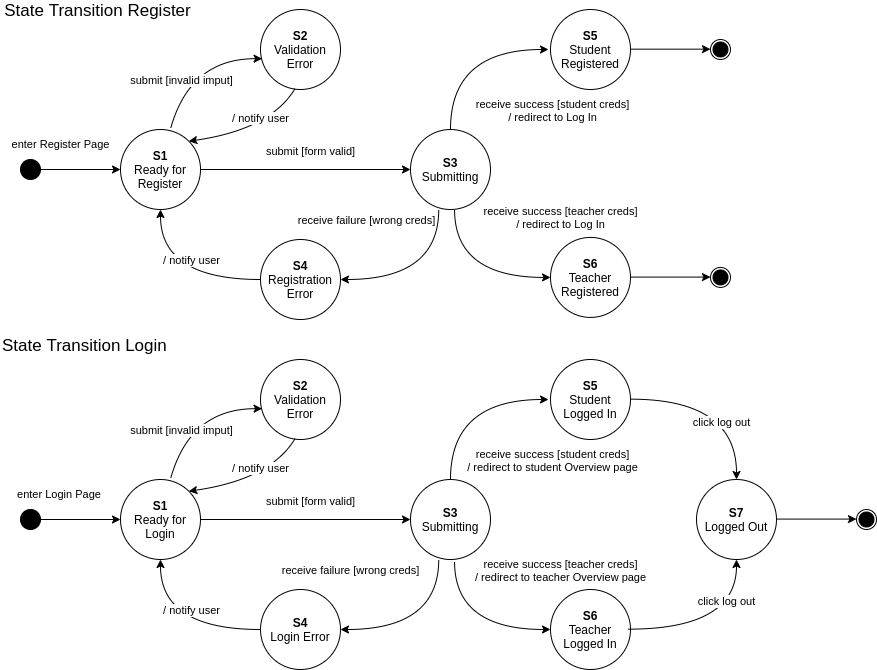
Earlier version of the draw.io export docs/auth-states.drawio.png (stefanosAgelastos/multi-db-web-server). Source tidied: cells renumbered, new cells last; positions are measured from the earlier drawing's top-left corner, leaving out a move shared by most shapes.
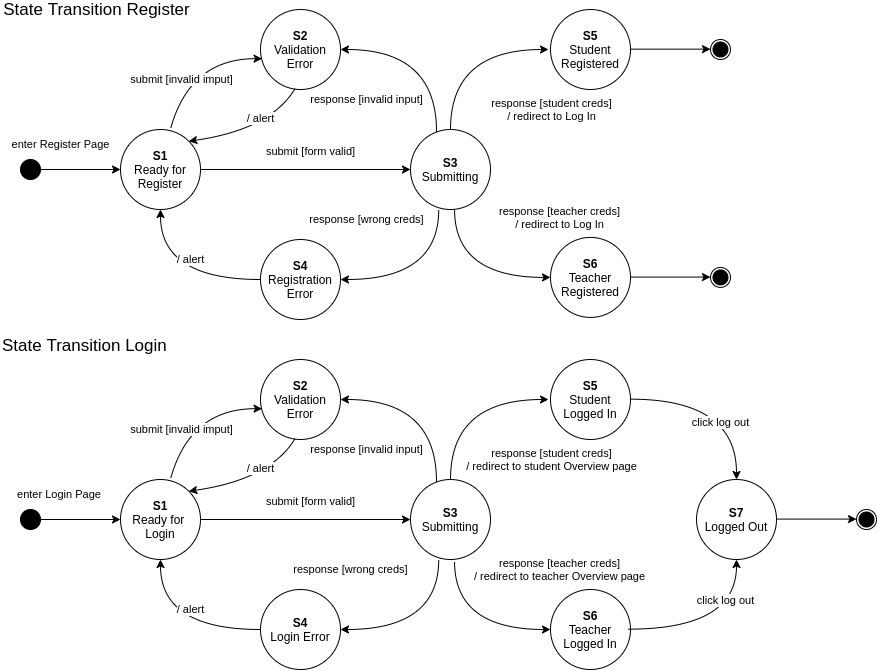
The same diagram one commit later.

Diff of the diagram source:
```diff
@@ -20,18 +20,30 @@
     <mxCell id="7" style="edgeStyle=orthogonalEdgeStyle;rounded=0;jettySize=auto;html=1;fontSize=11;entryX=1;entryY=0.5;entryDx=0;entryDy=0;curved=1;exitX=0.353;exitY=1;exitDx=0;exitDy=0;exitPerimeter=0;" parent="1" edge="1" source="9" target="12">
       <mxGeometry relative="1" as="geometry" />
     </mxCell>
-    <mxCell id="8" value="receive failure [wrong creds]" style="edgeLabel;html=1;align=center;verticalAlign=middle;fontSize=11;" parent="7" vertex="1">
+    <mxCell id="8" value="response [wrong creds]" style="edgeLabel;html=1;align=center;verticalAlign=middle;fontSize=11;" parent="7" vertex="1">
       <mxGeometry x="0.29" y="2" relative="1" as="geometry">
         <mxPoint x="-34" y="-62" as="offset" />
       </mxGeometry>
     </mxCell>
+    <mxCell id="60" style="edgeStyle=orthogonalEdgeStyle;curved=1;rounded=0;jettySize=auto;html=1;entryX=1;entryY=0.5;entryDx=0;entryDy=0;" parent="1" edge="1" source="9" target="13">
+      <mxGeometry relative="1" as="geometry">
+        <Array as="points">
+          <mxPoint x="436" y="40" />
+        </Array>
+      </mxGeometry>
+    </mxCell>
+    <mxCell id="61" value="response [invalid input]" style="edgeLabel;html=1;align=center;verticalAlign=middle;" parent="60" vertex="1">
+      <mxGeometry x="0.23" y="14" relative="1" as="geometry">
+        <mxPoint x="-43" y="36" as="offset" />
+      </mxGeometry>
+    </mxCell>
     <mxCell id="9" value="&lt;b&gt;S3&lt;/b&gt;&lt;br&gt;Submitting" style="ellipse;whiteSpace=wrap;html=1;" parent="1" vertex="1">
       <mxGeometry x="410" y="120" width="80" height="80" as="geometry" />
     </mxCell>
     <mxCell id="10" style="edgeStyle=orthogonalEdgeStyle;rounded=0;jettySize=auto;html=1;entryX=0.5;entryY=1;entryDx=0;entryDy=0;fontSize=11;curved=1;" parent="1" edge="1" source="12" target="4">
       <mxGeometry relative="1" as="geometry" />
     </mxCell>
-    <mxCell id="11" value="/ notify user" style="edgeLabel;html=1;align=center;verticalAlign=middle;fontSize=11;" parent="10" vertex="1">
+    <mxCell id="11" value="/ alert" style="edgeLabel;html=1;align=center;verticalAlign=middle;fontSize=11;" parent="10" vertex="1">
       <mxGeometry x="-0.19" y="-12" relative="1" as="geometry">
         <mxPoint x="-1" y="-8" as="offset" />
       </mxGeometry>
@@ -49,7 +61,7 @@
         </Array>
       </mxGeometry>
     </mxCell>
-    <mxCell id="15" value="/ notify user" style="edgeLabel;html=1;align=center;verticalAlign=middle;fontSize=11;" parent="14" vertex="1">
+    <mxCell id="15" value="/ alert" style="edgeLabel;html=1;align=center;verticalAlign=middle;fontSize=11;" parent="14" vertex="1">
       <mxGeometry x="-0.37" y="-11" relative="1" as="geometry">
         <mxPoint x="-4" as="offset" />
       </mxGeometry>
@@ -69,7 +81,7 @@
     <mxCell id="18" value="&lt;font style=&quot;font-size: 11px&quot;&gt;submit [form valid]&lt;/font&gt;" style="edgeStyle=orthogonalEdgeStyle;rounded=0;jettySize=auto;html=1;fontSize=17;" parent="1" edge="1" source="19" target="28">
       <mxGeometry x="0.05" y="20" relative="1" as="geometry" />
     </mxCell>
-    <mxCell id="19" value="&lt;b&gt;S1&lt;/b&gt;&lt;br&gt;Ready for Login" style="ellipse;whiteSpace=wrap;html=1;" parent="1" vertex="1">
+    <mxCell id="19" value="&lt;b&gt;S1&lt;/b&gt;&lt;br&gt;Ready for &lt;br&gt;Login" style="ellipse;whiteSpace=wrap;html=1;" parent="1" vertex="1">
       <mxGeometry x="120" y="470" width="80" height="80" as="geometry" />
     </mxCell>
     <mxCell id="20" value="enter Login Page&amp;nbsp;" style="edgeStyle=orthogonalEdgeStyle;rounded=0;jettySize=auto;html=1;" parent="1" edge="1" source="21" target="19">
@@ -87,7 +99,7 @@
         </Array>
       </mxGeometry>
     </mxCell>
-    <mxCell id="23" value="receive success [student creds]&lt;br&gt;/ redirect to student Overview page" style="edgeLabel;html=1;align=center;verticalAlign=middle;fontSize=11;" parent="22" vertex="1">
+    <mxCell id="23" value="response [student creds]&lt;br&gt;/ redirect to student Overview page" style="edgeLabel;html=1;align=center;verticalAlign=middle;fontSize=11;" parent="22" vertex="1">
       <mxGeometry x="0.21" y="-17" relative="1" as="geometry">
         <mxPoint x="73" y="43" as="offset" />
       </mxGeometry>
@@ -95,7 +107,7 @@
     <mxCell id="24" style="edgeStyle=orthogonalEdgeStyle;rounded=0;jettySize=auto;html=1;fontSize=11;entryX=1;entryY=0.5;entryDx=0;entryDy=0;curved=1;exitX=0.353;exitY=1;exitDx=0;exitDy=0;exitPerimeter=0;" parent="1" edge="1" source="28" target="31">
       <mxGeometry relative="1" as="geometry" />
     </mxCell>
-    <mxCell id="25" value="receive failure [wrong creds]" style="edgeLabel;html=1;align=center;verticalAlign=middle;fontSize=11;" parent="24" vertex="1">
+    <mxCell id="25" value="response [wrong creds]" style="edgeLabel;html=1;align=center;verticalAlign=middle;fontSize=11;" parent="24" vertex="1">
       <mxGeometry x="0.29" y="2" relative="1" as="geometry">
         <mxPoint x="-50" y="-62" as="offset" />
       </mxGeometry>
@@ -108,7 +120,7 @@
         </Array>
       </mxGeometry>
     </mxCell>
-    <mxCell id="27" value="receive success [teacher creds]&lt;br&gt;/ redirect to teacher Overview page" style="edgeLabel;html=1;align=center;verticalAlign=middle;fontSize=11;" parent="26" vertex="1">
+    <mxCell id="27" value="response [teacher creds]&lt;br&gt;/ redirect to teacher Overview page" style="edgeLabel;html=1;align=center;verticalAlign=middle;fontSize=11;" parent="26" vertex="1">
       <mxGeometry x="0.17" y="14" relative="1" as="geometry">
         <mxPoint x="77" y="-46" as="offset" />
       </mxGeometry>
@@ -119,7 +131,7 @@
     <mxCell id="29" style="edgeStyle=orthogonalEdgeStyle;rounded=0;jettySize=auto;html=1;entryX=0.5;entryY=1;entryDx=0;entryDy=0;fontSize=11;curved=1;" parent="1" edge="1" source="31" target="19">
       <mxGeometry relative="1" as="geometry" />
     </mxCell>
-    <mxCell id="30" value="/ notify user" style="edgeLabel;html=1;align=center;verticalAlign=middle;fontSize=11;" parent="29" vertex="1">
+    <mxCell id="30" value="/ alert" style="edgeLabel;html=1;align=center;verticalAlign=middle;fontSize=11;" parent="29" vertex="1">
       <mxGeometry x="-0.19" y="-12" relative="1" as="geometry">
         <mxPoint x="-1" y="-8" as="offset" />
       </mxGeometry>
@@ -137,7 +149,7 @@
         </Array>
       </mxGeometry>
     </mxCell>
-    <mxCell id="34" value="/ notify user" style="edgeLabel;html=1;align=center;verticalAlign=middle;fontSize=11;" parent="33" vertex="1">
+    <mxCell id="34" value="/ alert" style="edgeLabel;html=1;align=center;verticalAlign=middle;fontSize=11;" parent="33" vertex="1">
       <mxGeometry x="-0.37" y="-11" relative="1" as="geometry">
         <mxPoint x="-4" as="offset" />
       </mxGeometry>
@@ -190,7 +202,7 @@
         </Array>
       </mxGeometry>
     </mxCell>
-    <mxCell id="45" value="receive success [student creds]&lt;br&gt;/ redirect to Log In" style="edgeLabel;html=1;align=center;verticalAlign=middle;fontSize=11;" parent="44" vertex="1">
+    <mxCell id="45" value="response [student creds]&lt;br&gt;/ redirect to Log In" style="edgeLabel;html=1;align=center;verticalAlign=middle;fontSize=11;" parent="44" vertex="1">
       <mxGeometry x="0.21" y="-17" relative="1" as="geometry">
         <mxPoint x="73" y="43" as="offset" />
       </mxGeometry>
@@ -219,7 +231,7 @@
         </Array>
       </mxGeometry>
     </mxCell>
-    <mxCell id="51" value="receive success [teacher creds]&lt;br&gt;/ redirect to Log In" style="edgeLabel;html=1;align=center;verticalAlign=middle;fontSize=11;" parent="50" vertex="1">
+    <mxCell id="51" value="response [teacher creds]&lt;br&gt;/ redirect to Log In" style="edgeLabel;html=1;align=center;verticalAlign=middle;fontSize=11;" parent="50" vertex="1">
       <mxGeometry x="0.17" y="14" relative="1" as="geometry">
         <mxPoint x="77" y="-46" as="offset" />
       </mxGeometry>
@@ -255,5 +267,19 @@
     <mxCell id="59" value="&lt;b&gt;S7&lt;/b&gt;&lt;br&gt;Logged Out" style="ellipse;whiteSpace=wrap;html=1;" parent="1" vertex="1">
       <mxGeometry x="696" y="470" width="80" height="80" as="geometry" />
     </mxCell>
+    <mxCell id="62" style="edgeStyle=orthogonalEdgeStyle;curved=1;rounded=0;orthogonalLoop=1;jettySize=auto;html=1;entryX=1;entryY=0.5;entryDx=0;entryDy=0;" parent="1" edge="1">
+      <mxGeometry relative="1" as="geometry">
+        <mxPoint x="436" y="472.5" as="sourcePoint" />
+        <mxPoint x="340" y="390" as="targetPoint" />
+        <Array as="points">
+          <mxPoint x="436" y="390" />
+        </Array>
+      </mxGeometry>
+    </mxCell>
+    <mxCell id="63" value="response [invalid input]" style="edgeLabel;html=1;align=center;verticalAlign=middle;" parent="62" vertex="1">
+      <mxGeometry x="0.23" y="14" relative="1" as="geometry">
+        <mxPoint x="-43" y="36" as="offset" />
+      </mxGeometry>
+    </mxCell>
   </root>
 </mxGraphModel>
```
